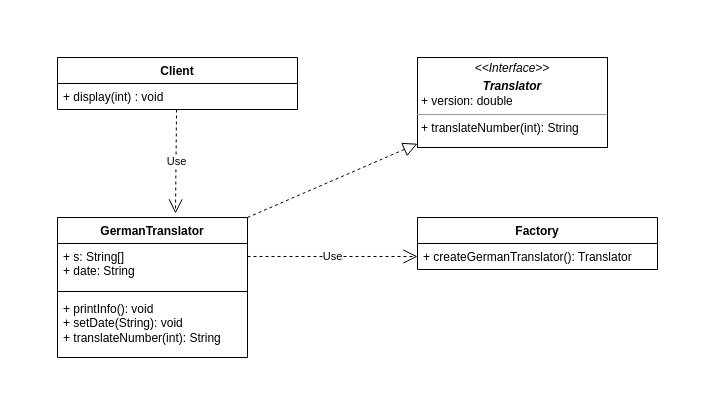
This is Unbenanntes Diagramm.drawio from tobiasenger/zeichnungen, a draw.io file, before an edit. Source tidied: cells renumbered, new cells numbered last; positions are measured from the earlier drawing's top-left corner, leaving out a move shared by most shapes. Both pictures are drawn from the tidied source at 100%, with x=0, y=0 at pixel (57, 57).
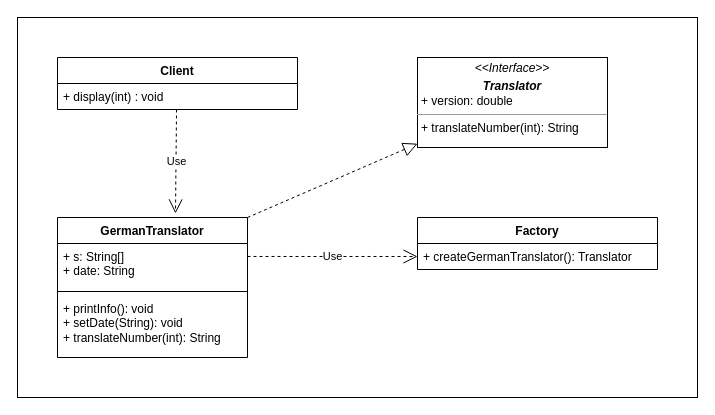
Above is the later version.

The edit, as a diff of the source:
```diff
@@
 <mxGraphModel>
   <root>
     <mxCell id="0" />
     <mxCell id="1" parent="0" />
+    <mxCell id="14" style="rounded=0;whiteSpace=wrap;html=1;" parent="1" vertex="1">
+      <mxGeometry x="-40" y="-40" width="680" height="380" as="geometry" />
+    </mxCell>
     <mxCell id="2" value="Client" style="swimlane;fontStyle=1;align=center;verticalAlign=top;horizontal=1;startSize=26;whiteSpace=wrap;html=1;" parent="1" vertex="1">
       <mxGeometry width="240" height="52" as="geometry" />
     </mxCell>
     <mxCell id="3" value="+ display(int) : void" style="text;strokeColor=none;fillColor=none;align=left;verticalAlign=top;spacingLeft=4;spacingRight=4;overflow=hidden;points=[[0,0.5],[1,0.5]];portConstraint=eastwest;whiteSpace=wrap;html=1;" parent="2" vertex="1">
       <mxGeometry y="26" width="240" height="26" as="geometry" />
     </mxCell>
     <mxCell id="4" value="Factory" style="swimlane;fontStyle=1;align=center;verticalAlign=top;horizontal=1;startSize=26;whiteSpace=wrap;html=1;" parent="1" vertex="1">
       <mxGeometry x="360" y="160" width="240" height="52" as="geometry" />
     </mxCell>
     <mxCell id="5" value="+ createGermanTranslator(): Translator" style="text;strokeColor=none;fillColor=none;align=left;verticalAlign=top;spacingLeft=4;spacingRight=4;overflow=hidden;points=[[0,0.5],[1,0.5]];portConstraint=eastwest;whiteSpace=wrap;html=1;" parent="4" vertex="1">
       <mxGeometry y="26" width="240" height="26" as="geometry" />
     </mxCell>
     <mxCell id="6" value="&lt;p style=&quot;margin:0px;margin-top:4px;text-align:center;&quot;&gt;&lt;i&gt;&amp;lt;&amp;lt;Interface&amp;gt;&amp;gt;&lt;/i&gt;&lt;br&gt;&lt;/p&gt;&lt;p style=&quot;margin:0px;margin-top:4px;text-align:center;&quot;&gt;&lt;b&gt;&lt;i&gt;Translator&lt;/i&gt;&lt;/b&gt;&lt;/p&gt;&lt;p style=&quot;margin:0px;margin-left:4px;&quot;&gt;+ version: double&lt;br&gt;&lt;/p&gt;&lt;hr size=&quot;1&quot;&gt;&lt;p style=&quot;margin:0px;margin-left:4px;&quot;&gt;+ translateNumber(int): String&lt;br&gt;&lt;/p&gt;" style="verticalAlign=top;align=left;overflow=fill;fontSize=12;fontFamily=Helvetica;html=1;whiteSpace=wrap;" parent="1" vertex="1">
       <mxGeometry x="360" width="190" height="90" as="geometry" />
     </mxCell>
     <mxCell id="7" value="GermanTranslator" style="swimlane;fontStyle=1;align=center;verticalAlign=top;horizontal=1;startSize=26;whiteSpace=wrap;html=1;" parent="1" vertex="1">
       <mxGeometry y="160" width="190" height="140" as="geometry" />
     </mxCell>
     <mxCell id="8" value="+ s: String[]&lt;br&gt;+ date: String" style="text;strokeColor=none;fillColor=none;align=left;verticalAlign=top;spacingLeft=4;spacingRight=4;overflow=hidden;points=[[0,0.5],[1,0.5]];portConstraint=eastwest;whiteSpace=wrap;html=1;" parent="7" vertex="1">
       <mxGeometry y="26" width="190" height="44" as="geometry" />
     </mxCell>
     <mxCell id="9" style="line;strokeWidth=1;fillColor=none;align=left;verticalAlign=middle;spacingTop=-1;spacingLeft=3;spacingRight=3;labelPosition=right;strokeColor=inherit;" parent="7" vertex="1">
       <mxGeometry y="70" width="190" height="8" as="geometry" />
     </mxCell>
     <mxCell id="10" value="+ printInfo(): void&lt;br&gt;+ setDate(String): void&lt;br&gt;+ translateNumber(int): String" style="text;strokeColor=none;fillColor=none;align=left;verticalAlign=top;spacingLeft=4;spacingRight=4;overflow=hidden;whiteSpace=wrap;html=1;" parent="7" vertex="1">
       <mxGeometry y="78" width="190" height="62" as="geometry" />
     </mxCell>
     <mxCell id="11" style="endArrow=block;dashed=1;endFill=0;endSize=12;html=1;rounded=0;exitX=1;exitY=0;exitDx=0;exitDy=0;" parent="1" edge="1" source="7" target="6">
       <mxGeometry relative="1" as="geometry" />
     </mxCell>
     <mxCell id="12" value="Use" style="endArrow=open;endSize=12;dashed=1;html=1;rounded=0;entryX=0;entryY=0.5;entryDx=0;entryDy=0;exitX=1;exitY=0.295;exitDx=0;exitDy=0;exitPerimeter=0;" parent="1" edge="1" source="8" target="5">
       <mxGeometry relative="1" as="geometry" />
     </mxCell>
     <mxCell id="13" value="Use" style="endArrow=open;endSize=12;dashed=1;html=1;rounded=0;exitX=0.496;exitY=1;exitDx=0;exitDy=0;exitPerimeter=0;entryX=0.621;entryY=-0.029;entryDx=0;entryDy=0;entryPerimeter=0;" parent="1" edge="1" source="3" target="7">
       <mxGeometry relative="1" as="geometry" />
     </mxCell>
   </root>
 </mxGraphModel>
```
